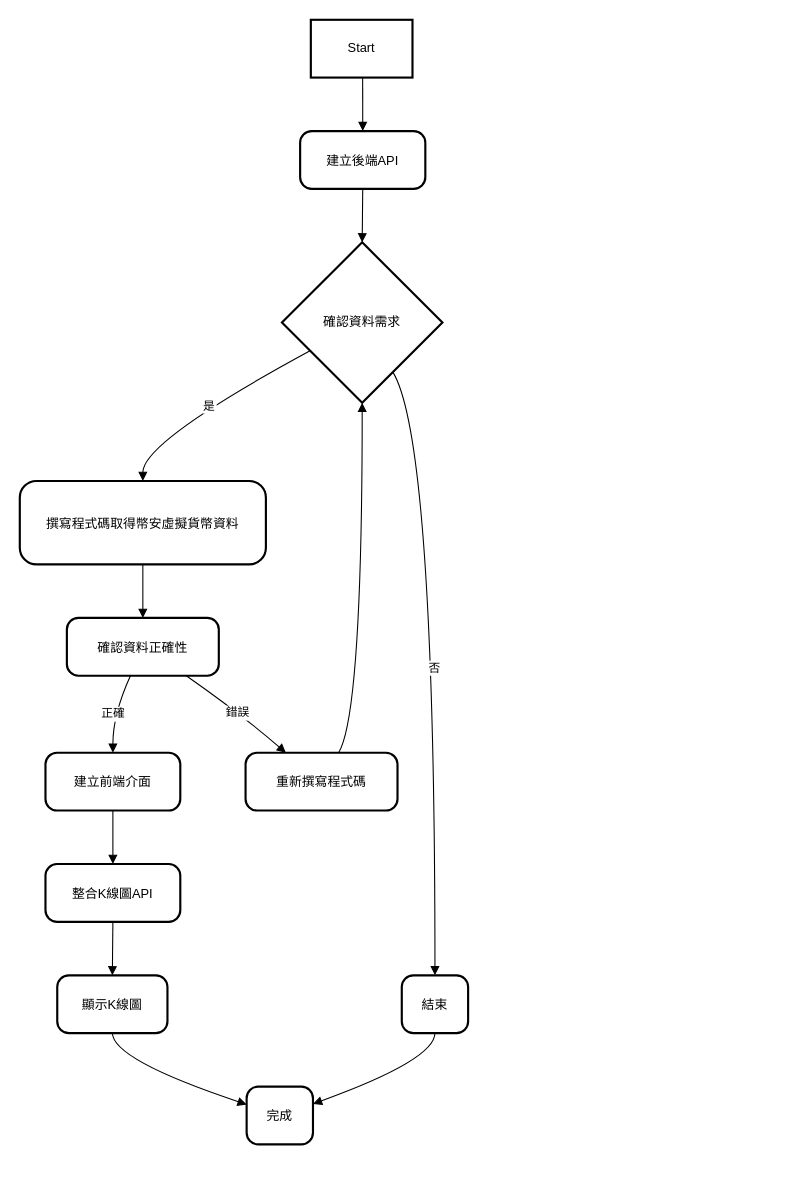
Before: 未命名圖表.drawio in C109118214/AICourseORed, a draw.io diagram. Source tidied: cells renumbered, new cells numbered last; positions are measured from the earlier drawing's top-left corner, leaving out a move shared by most shapes. Both pictures are drawn from the tidied source at 107%, with x=0, y=0 at pixel (19, 19).
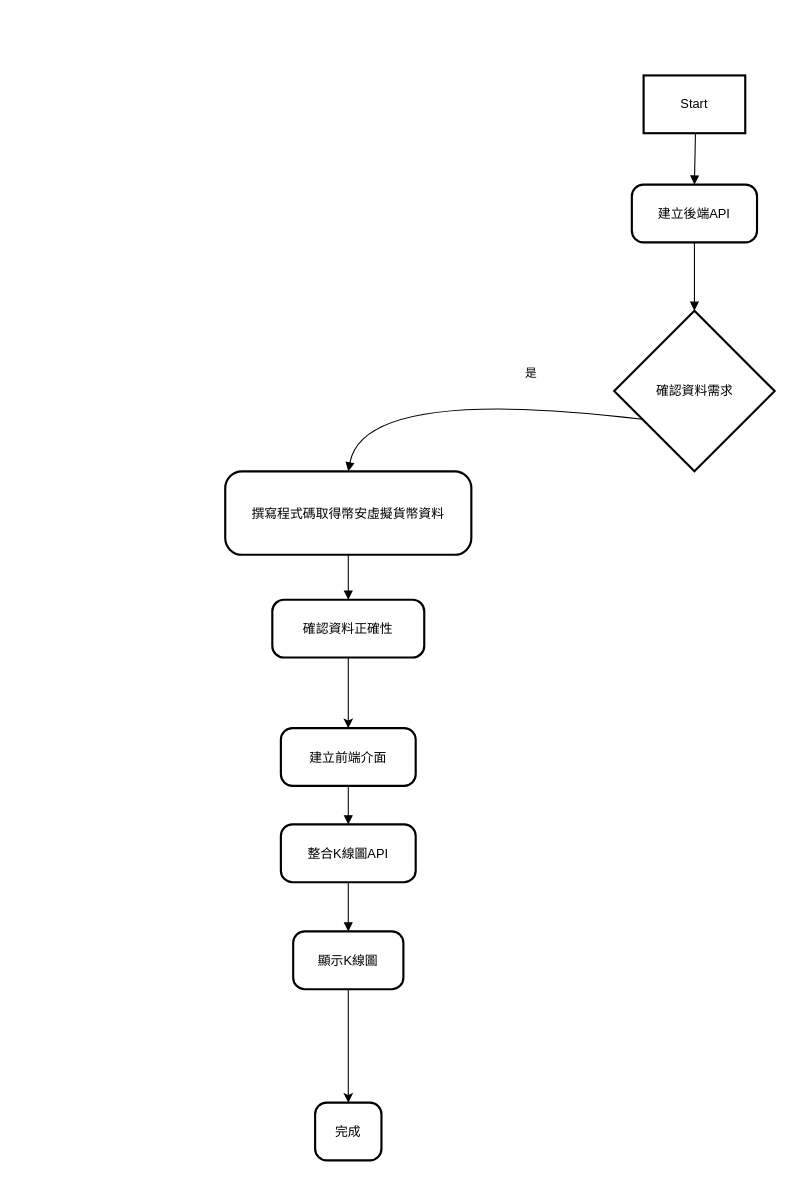
The same page after the edit.

Commit message:
更新未命名圖表.drawio

Diff of the diagram source:
```diff
@@
     <mxCell id="2" value="Start" style="whiteSpace=wrap;strokeWidth=2;" parent="1" vertex="1">
-      <mxGeometry x="272" width="95" height="54" as="geometry" />
+      <mxGeometry x="583" y="52" width="95" height="54" as="geometry" />
     </mxCell>
     <mxCell id="3" value="建立後端API" style="rounded=1;arcSize=20;strokeWidth=2;" parent="1" vertex="1">
-      <mxGeometry x="262" y="104" width="117" height="54" as="geometry" />
+      <mxGeometry x="572" y="154" width="117" height="54" as="geometry" />
     </mxCell>
     <mxCell id="4" value="確認資料需求" style="rhombus;strokeWidth=2;whiteSpace=wrap;" parent="1" vertex="1">
-      <mxGeometry x="245" y="208" width="150" height="150" as="geometry" />
+      <mxGeometry x="555.5" y="272" width="150" height="150" as="geometry" />
     </mxCell>
     <mxCell id="5" value="撰寫程式碼取得幣安虛擬貨幣資料" style="rounded=1;arcSize=20;strokeWidth=2;" parent="1" vertex="1">
-      <mxGeometry y="431" width="230" height="78" as="geometry" />
+      <mxGeometry x="192" y="422" width="230" height="78" as="geometry" />
     </mxCell>
-    <mxCell id="6" value="結束" style="rounded=1;arcSize=20;strokeWidth=2;" parent="1" vertex="1">
-      <mxGeometry x="357" y="893" width="62" height="54" as="geometry" />
-    </mxCell>
+    <mxCell id="18" style="edgeStyle=orthogonalEdgeStyle;rounded=0;jettySize=auto;html=1;" parent="1" edge="1" source="7" target="8">
+      <mxGeometry relative="1" as="geometry" />
+    </mxCell>
     <mxCell id="7" value="確認資料正確性" style="rounded=1;arcSize=20;strokeWidth=2;" parent="1" vertex="1">
-      <mxGeometry x="44" y="559" width="142" height="54" as="geometry" />
+      <mxGeometry x="236" y="542" width="142" height="54" as="geometry" />
     </mxCell>
     <mxCell id="8" value="建立前端介面" style="rounded=1;arcSize=20;strokeWidth=2;" parent="1" vertex="1">
-      <mxGeometry x="24" y="685" width="126" height="54" as="geometry" />
+      <mxGeometry x="244" y="662" width="126" height="54" as="geometry" />
     </mxCell>
-    <mxCell id="9" value="重新撰寫程式碼" style="rounded=1;arcSize=20;strokeWidth=2;" parent="1" vertex="1">
-      <mxGeometry x="211" y="685" width="142" height="54" as="geometry" />
-    </mxCell>
     <mxCell id="10" value="整合K線圖API" style="rounded=1;arcSize=20;strokeWidth=2;" parent="1" vertex="1">
-      <mxGeometry x="24" y="789" width="126" height="54" as="geometry" />
+      <mxGeometry x="244" y="752" width="126" height="54" as="geometry" />
     </mxCell>
+    <mxCell id="22" style="edgeStyle=orthogonalEdgeStyle;rounded=0;jettySize=auto;html=1;" parent="1" edge="1" source="11" target="12">
+      <mxGeometry relative="1" as="geometry" />
+    </mxCell>
     <mxCell id="11" value="顯示K線圖" style="rounded=1;arcSize=20;strokeWidth=2;" parent="1" vertex="1">
-      <mxGeometry x="35" y="893" width="103" height="54" as="geometry" />
+      <mxGeometry x="255.5" y="852" width="103" height="54" as="geometry" />
     </mxCell>
     <mxCell id="12" value="完成" style="rounded=1;arcSize=20;strokeWidth=2;" parent="1" vertex="1">
-      <mxGeometry x="212" y="997" width="62" height="54" as="geometry" />
+      <mxGeometry x="276" y="1012" width="62" height="54" as="geometry" />
     </mxCell>
@@
     <mxCell id="15" value="是" style="curved=1;startArrow=none;endArrow=block;exitX=0;exitY=0.77;entryX=0.5;entryY=0;" parent="1" edge="1" source="4" target="5">
-      <mxGeometry relative="1" as="geometry">
+      <mxGeometry x="-0.37" y="-31" relative="1" as="geometry">
         <Array as="points">
-          <mxPoint x="115" y="394" />
+          <mxPoint x="322" y="342" />
         </Array>
       </mxGeometry>
     </mxCell>
-    <mxCell id="16" value="否" style="curved=1;startArrow=none;endArrow=block;exitX=0.81;exitY=1;entryX=0.5;entryY=0.01;" parent="1" edge="1" source="4" target="6">
-      <mxGeometry relative="1" as="geometry">
-        <Array as="points">
-          <mxPoint x="388" y="394" />
-        </Array>
-      </mxGeometry>
-    </mxCell>
@@
-    <mxCell id="18" value="正確" style="curved=1;startArrow=none;endArrow=block;exitX=0.42;exitY=0.99;entryX=0.5;entryY=0.01;" parent="1" edge="1" source="7" target="8">
-      <mxGeometry relative="1" as="geometry">
-        <Array as="points">
-          <mxPoint x="87" y="649" />
-        </Array>
-      </mxGeometry>
-    </mxCell>
-    <mxCell id="19" value="錯誤" style="curved=1;startArrow=none;endArrow=block;exitX=0.78;exitY=0.99;entryX=0.27;entryY=0.01;" parent="1" edge="1" source="7" target="9">
-      <mxGeometry relative="1" as="geometry">
-        <Array as="points">
-          <mxPoint x="207" y="649" />
-        </Array>
-      </mxGeometry>
-    </mxCell>
@@
-    <mxCell id="22" style="curved=1;startArrow=none;endArrow=block;exitX=0.5;exitY=1.01;entryX=0;entryY=0.31;" parent="1" edge="1" source="11" target="12">
-      <mxGeometry relative="1" as="geometry">
-        <Array as="points">
-          <mxPoint x="87" y="972" />
-        </Array>
-      </mxGeometry>
-    </mxCell>
-    <mxCell id="23" style="curved=1;startArrow=none;endArrow=block;exitX=0.61;exitY=0.01;entryX=0.5;entryY=1;" parent="1" edge="1" source="9" target="4">
-      <mxGeometry relative="1" as="geometry">
-        <Array as="points">
-          <mxPoint x="320" y="649" />
-        </Array>
-      </mxGeometry>
-    </mxCell>
-    <mxCell id="24" style="curved=1;startArrow=none;endArrow=block;exitX=0.5;exitY=1.01;entryX=1;entryY=0.3;" parent="1" edge="1" source="6" target="12">
-      <mxGeometry relative="1" as="geometry">
-        <Array as="points">
-          <mxPoint x="388" y="972" />
-        </Array>
-      </mxGeometry>
-    </mxCell>
```
